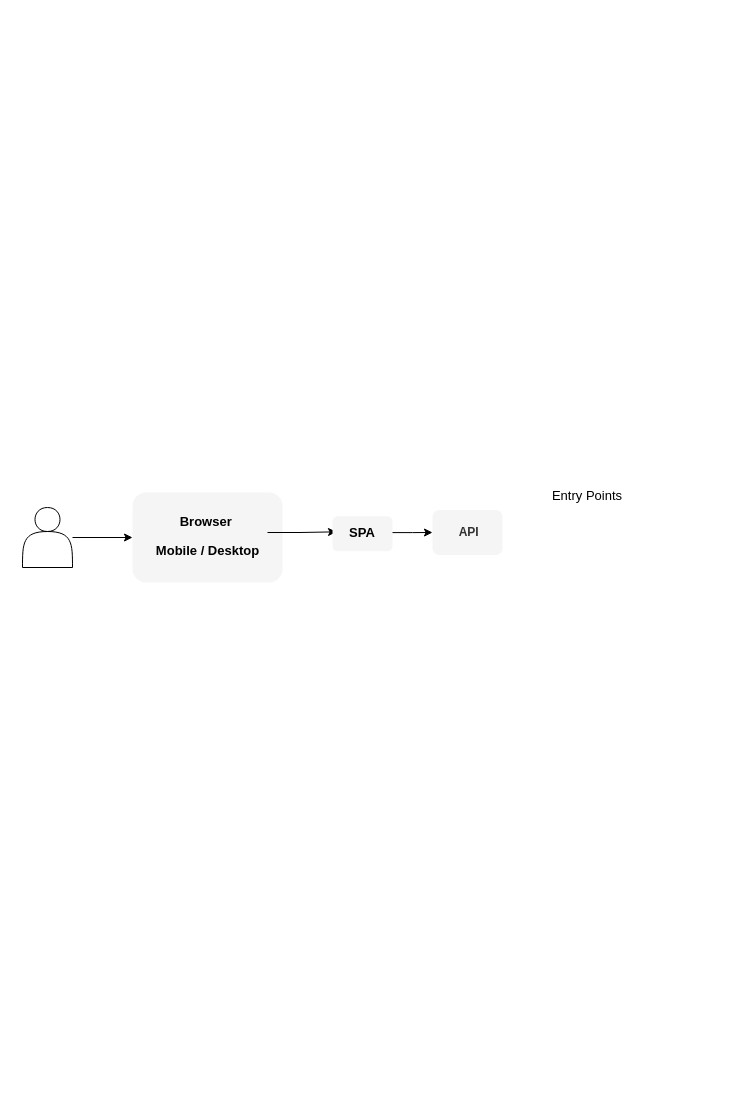
Before: Diagram bez tytułu.drawio in Ci8n/Planner, a draw.io diagram. Source tidied: cells renumbered, new cells numbered last; positions are measured from the earlier drawing's top-left corner, leaving out a move shared by most shapes. Both pictures are drawn from the tidied source at 100%, with x=0, y=0 at pixel (22, 482). Pictures stored in the file or linked from it are replaced by grey dashed boxes.
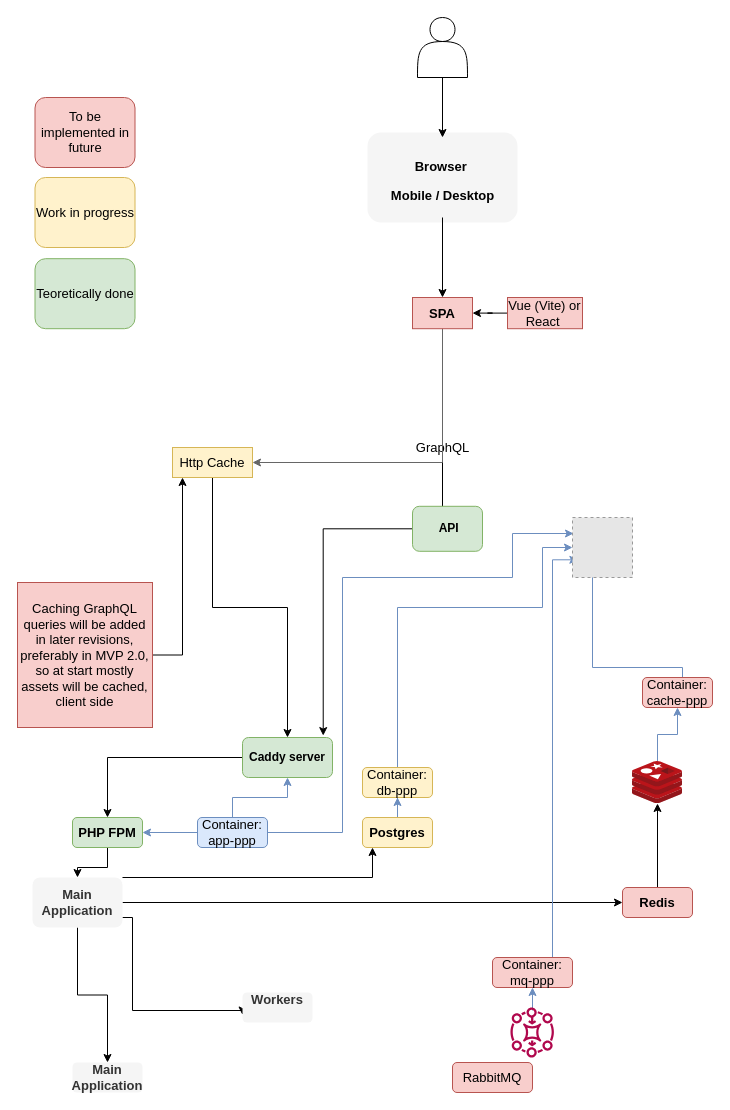
The same diagram, later.

The edit, as a diff of the source:
```diff
@@
     <mxCell id="2" style="rounded=1;whiteSpace=wrap;html=1;fillColor=#f5f5f5;fontColor=#333333;strokeColor=none;" parent="1" vertex="1">
-      <mxGeometry x="110" y="10" width="150" height="90" as="geometry" />
+      <mxGeometry x="345" y="-350" width="150" height="90" as="geometry" />
     </mxCell>
-    <mxCell id="3" style="edgeStyle=orthogonalEdgeStyle;rounded=0;jettySize=auto;html=1;entryX=0;entryY=0.5;entryDx=0;entryDy=0;" parent="1" edge="1" source="4" target="2">
+    <mxCell id="3" style="edgeStyle=orthogonalEdgeStyle;rounded=0;jettySize=auto;html=1;" parent="1" edge="1" source="4" target="6">
       <mxGeometry relative="1" as="geometry" />
     </mxCell>
     <mxCell id="4" style="shape=actor;whiteSpace=wrap;html=1;" parent="1" vertex="1">
-      <mxGeometry y="25" width="50" height="60" as="geometry" />
+      <mxGeometry x="395" y="-465" width="50" height="60" as="geometry" />
     </mxCell>
-    <mxCell id="5" style="edgeStyle=orthogonalEdgeStyle;rounded=0;jettySize=auto;html=1;entryX=0.067;entryY=0.444;entryDx=0;entryDy=0;entryPerimeter=0;fontSize=13;" parent="1" edge="1" source="6" target="7">
-      <mxGeometry relative="1" as="geometry" />
-    </mxCell>
+    <mxCell id="12" style="edgeStyle=orthogonalEdgeStyle;rounded=0;jettySize=auto;html=1;entryX=0.5;entryY=0;entryDx=0;entryDy=0;fontSize=13;" parent="1" edge="1" source="6" target="9">
+      <mxGeometry relative="1" as="geometry" />
+    </mxCell>
     <mxCell id="6" value="&lt;font style=&quot;font-size: 13px;&quot;&gt;Browser&amp;nbsp;&lt;br&gt;Mobile / Desktop&lt;br&gt;&lt;/font&gt;" style="text;strokeColor=none;fillColor=none;html=1;fontSize=24;fontStyle=1;verticalAlign=middle;align=center;" parent="1" vertex="1">
-      <mxGeometry x="125" y="10" width="120" height="80" as="geometry" />
+      <mxGeometry x="360" y="-345" width="120" height="80" as="geometry" />
     </mxCell>
-    <mxCell id="7" style="rounded=1;whiteSpace=wrap;html=1;fillColor=#f5f5f5;fontColor=#333333;strokeColor=none;" parent="1" vertex="1">
-      <mxGeometry x="310" y="33.8" width="60" height="35" as="geometry" />
-    </mxCell>
-    <mxCell id="8" style="edgeStyle=orthogonalEdgeStyle;rounded=0;jettySize=auto;html=1;entryX=0;entryY=0.5;entryDx=0;entryDy=0;fontSize=13;" parent="1" edge="1" source="9" target="10">
-      <mxGeometry relative="1" as="geometry" />
+    <mxCell id="8" value="GraphQL" style="edgeStyle=orthogonalEdgeStyle;rounded=0;jettySize=auto;html=1;entryX=0;entryY=0.5;entryDx=0;entryDy=0;fontSize=13;" parent="1" edge="1" source="9" target="10">
+      <mxGeometry relative="1" as="geometry">
+        <Array as="points">
+          <mxPoint x="420" y="50" />
+          <mxPoint x="420" y="51" />
+        </Array>
+      </mxGeometry>
     </mxCell>
+    <mxCell id="13" style="edgeStyle=orthogonalEdgeStyle;rounded=0;jettySize=auto;html=1;fontSize=13;fillColor=#f5f5f5;strokeColor=#666666;" parent="1" edge="1" source="9" target="16">
+      <mxGeometry relative="1" as="geometry">
+        <Array as="points">
+          <mxPoint x="420" y="-20" />
+        </Array>
+      </mxGeometry>
+    </mxCell>
-    <mxCell id="9" value="&lt;b&gt;SPA&lt;/b&gt;" style="text;html=1;strokeColor=none;fillColor=none;align=center;verticalAlign=middle;whiteSpace=wrap;rounded=0;fontSize=13;" parent="1" vertex="1">
-      <mxGeometry x="310" y="33.8" width="60" height="32.5" as="geometry" />
+    <mxCell id="9" value="&lt;b&gt;SPA&lt;/b&gt;" style="text;html=1;strokeColor=#b85450;fillColor=#f8cecc;align=center;verticalAlign=middle;whiteSpace=wrap;rounded=0;fontSize=13;" parent="1" vertex="1">
+      <mxGeometry x="390" y="-185" width="60" height="31.2" as="geometry" />
     </mxCell>
+    <mxCell id="14" style="edgeStyle=orthogonalEdgeStyle;rounded=0;jettySize=auto;html=1;entryX=0.897;entryY=-0.048;entryDx=0;entryDy=0;entryPerimeter=0;fontSize=13;" parent="1" edge="1" source="10" target="18">
+      <mxGeometry relative="1" as="geometry" />
+    </mxCell>
-    <mxCell id="10" value="&lt;b&gt;&amp;nbsp;API&lt;/b&gt;" style="rounded=1;whiteSpace=wrap;html=1;fillColor=#f5f5f5;fontColor=#333333;strokeColor=none;" parent="1" vertex="1">
-      <mxGeometry x="410" y="27.5" width="70" height="45" as="geometry" />
+    <mxCell id="10" value="&lt;b&gt;&amp;nbsp;API&lt;/b&gt;" style="rounded=1;whiteSpace=wrap;html=1;fillColor=#d5e8d4;strokeColor=#82b366;" parent="1" vertex="1">
+      <mxGeometry x="390" y="23.8" width="70" height="45" as="geometry" />
     </mxCell>
-    <mxCell id="11" value="Entry Points" style="text;html=1;strokeColor=none;fillColor=none;align=center;verticalAlign=middle;whiteSpace=wrap;rounded=0;fontSize=13;" parent="1" vertex="1">
-      <mxGeometry x="510" width="110" height="25" as="geometry" />
-    </mxCell>
+    <mxCell id="15" style="edgeStyle=orthogonalEdgeStyle;rounded=0;jettySize=auto;html=1;entryX=0.5;entryY=0;entryDx=0;entryDy=0;fontSize=13;" parent="1" edge="1" source="16" target="18">
+      <mxGeometry relative="1" as="geometry" />
+    </mxCell>
+    <mxCell id="16" value="Http Cache" style="text;html=1;strokeColor=#d6b656;fillColor=#fff2cc;align=center;verticalAlign=middle;whiteSpace=wrap;rounded=0;fontSize=13;" parent="1" vertex="1">
+      <mxGeometry x="150" y="-35" width="80" height="30" as="geometry" />
+    </mxCell>
+    <mxCell id="17" style="edgeStyle=orthogonalEdgeStyle;rounded=0;jettySize=auto;html=1;fontSize=13;" parent="1" edge="1" source="18" target="22">
+      <mxGeometry relative="1" as="geometry" />
+    </mxCell>
+    <mxCell id="18" value="&lt;b&gt;Caddy server&lt;/b&gt;" style="rounded=1;whiteSpace=wrap;html=1;fillColor=#d5e8d4;strokeColor=#82b366;" parent="1" vertex="1">
+      <mxGeometry x="220" y="255" width="90" height="40" as="geometry" />
+    </mxCell>
+    <mxCell id="19" style="edgeStyle=orthogonalEdgeStyle;rounded=0;jettySize=auto;html=1;entryX=1;entryY=0.5;entryDx=0;entryDy=0;fontSize=13;" parent="1" edge="1" source="20" target="9">
+      <mxGeometry relative="1" as="geometry" />
+    </mxCell>
+    <mxCell id="20" value="Vue (Vite) or React&amp;nbsp;" style="text;html=1;strokeColor=#b85450;fillColor=#f8cecc;align=center;verticalAlign=middle;whiteSpace=wrap;rounded=0;fontSize=13;" parent="1" vertex="1">
+      <mxGeometry x="485" y="-185" width="75" height="31.2" as="geometry" />
+    </mxCell>
+    <mxCell id="21" style="edgeStyle=orthogonalEdgeStyle;rounded=0;jettySize=auto;html=1;fontSize=13;" parent="1" edge="1" source="22" target="31">
+      <mxGeometry relative="1" as="geometry" />
+    </mxCell>
+    <mxCell id="22" value="&lt;b&gt;PHP FPM&lt;/b&gt;" style="rounded=1;whiteSpace=wrap;html=1;fillColor=#d5e8d4;strokeColor=#82b366;fontSize=13;" parent="1" vertex="1">
+      <mxGeometry x="50" y="335" width="70" height="30" as="geometry" />
+    </mxCell>
+    <mxCell id="23" style="edgeStyle=orthogonalEdgeStyle;rounded=0;jettySize=auto;html=1;entryX=0.5;entryY=1;entryDx=0;entryDy=0;fontSize=13;fillColor=#dae8fc;strokeColor=#6c8ebf;" parent="1" edge="1" source="26" target="18">
+      <mxGeometry relative="1" as="geometry" />
+    </mxCell>
+    <mxCell id="24" style="edgeStyle=orthogonalEdgeStyle;rounded=0;jettySize=auto;html=1;entryX=1;entryY=0.5;entryDx=0;entryDy=0;fontSize=13;fillColor=#dae8fc;strokeColor=#6c8ebf;" parent="1" edge="1" source="26" target="22">
+      <mxGeometry relative="1" as="geometry" />
+    </mxCell>
+    <mxCell id="25" style="edgeStyle=orthogonalEdgeStyle;rounded=0;jettySize=auto;html=1;entryX=0.02;entryY=0.39;entryDx=0;entryDy=0;entryPerimeter=0;fontSize=13;fillColor=#dae8fc;strokeColor=#6c8ebf;" parent="1" edge="1" source="26">
+      <mxGeometry relative="1" as="geometry">
+        <mxPoint x="551" y="51" as="targetPoint" />
+        <Array as="points">
+          <mxPoint x="320" y="350" />
+          <mxPoint x="320" y="95" />
+          <mxPoint x="490" y="95" />
+          <mxPoint x="490" y="51" />
+        </Array>
+      </mxGeometry>
+    </mxCell>
+    <mxCell id="26" value="Container: app-ppp" style="rounded=1;whiteSpace=wrap;html=1;fillColor=#dae8fc;strokeColor=#6c8ebf;fontSize=13;" parent="1" vertex="1">
+      <mxGeometry x="175" y="335" width="70" height="30" as="geometry" />
+    </mxCell>
+    <mxCell id="27" style="edgeStyle=orthogonalEdgeStyle;rounded=0;jettySize=auto;html=1;fontSize=13;" parent="1" edge="1" source="31" target="33">
+      <mxGeometry relative="1" as="geometry">
+        <Array as="points">
+          <mxPoint x="350" y="395" />
+        </Array>
+      </mxGeometry>
+    </mxCell>
+    <mxCell id="28" style="edgeStyle=orthogonalEdgeStyle;rounded=0;jettySize=auto;html=1;fontSize=13;" parent="1" edge="1" source="31" target="40">
+      <mxGeometry relative="1" as="geometry" />
+    </mxCell>
+    <mxCell id="29" style="edgeStyle=orthogonalEdgeStyle;rounded=0;jettySize=auto;html=1;entryX=0;entryY=0.75;entryDx=0;entryDy=0;fontSize=13;" parent="1" edge="1" source="31" target="39">
+      <mxGeometry relative="1" as="geometry">
+        <Array as="points">
+          <mxPoint x="110" y="435" />
+          <mxPoint x="110" y="528" />
+        </Array>
+      </mxGeometry>
+    </mxCell>
+    <mxCell id="30" style="edgeStyle=orthogonalEdgeStyle;rounded=0;jettySize=auto;html=1;entryX=0;entryY=0.5;entryDx=0;entryDy=0;fontSize=13;" parent="1" edge="1" source="31" target="42">
+      <mxGeometry relative="1" as="geometry" />
+    </mxCell>
+    <mxCell id="31" value="&lt;b&gt;Main Application&lt;/b&gt;" style="rounded=1;whiteSpace=wrap;html=1;fillColor=#f5f5f5;fontColor=#333333;strokeColor=none;fontSize=13;" parent="1" vertex="1">
+      <mxGeometry x="10" y="395" width="90" height="50" as="geometry" />
+    </mxCell>
+    <mxCell id="32" style="edgeStyle=orthogonalEdgeStyle;rounded=0;jettySize=auto;html=1;fontSize=13;fillColor=#dae8fc;strokeColor=#6c8ebf;" parent="1" edge="1" source="33" target="35">
+      <mxGeometry relative="1" as="geometry" />
+    </mxCell>
+    <mxCell id="33" value="&lt;b&gt;Postgres&lt;/b&gt;" style="rounded=1;whiteSpace=wrap;html=1;fillColor=#fff2cc;strokeColor=#d6b656;fontSize=13;" parent="1" vertex="1">
+      <mxGeometry x="340" y="335" width="70" height="30" as="geometry" />
+    </mxCell>
+    <mxCell id="34" style="edgeStyle=orthogonalEdgeStyle;rounded=0;jettySize=auto;html=1;fontSize=13;fillColor=#dae8fc;strokeColor=#6c8ebf;" parent="1" edge="1" source="35">
+      <mxGeometry relative="1" as="geometry">
+        <mxPoint x="550" y="65" as="targetPoint" />
+        <Array as="points">
+          <mxPoint x="375" y="125" />
+          <mxPoint x="520" y="125" />
+          <mxPoint x="520" y="65" />
+        </Array>
+      </mxGeometry>
+    </mxCell>
+    <mxCell id="35" value="Container: db-ppp" style="rounded=1;whiteSpace=wrap;html=1;fillColor=#fff2cc;strokeColor=#d6b656;fontSize=13;" parent="1" vertex="1">
+      <mxGeometry x="340" y="285" width="70" height="30" as="geometry" />
+    </mxCell>
+    <mxCell id="36" value="To be implemented in future" style="rounded=1;whiteSpace=wrap;html=1;fontSize=13;fillColor=#f8cecc;strokeColor=#b85450;" parent="1" vertex="1">
+      <mxGeometry x="12.5" y="-385" width="100" height="70" as="geometry" />
+    </mxCell>
+    <mxCell id="37" style="edgeStyle=orthogonalEdgeStyle;rounded=0;jettySize=auto;html=1;fontSize=13;fillColor=#dae8fc;strokeColor=#6c8ebf;" parent="1" edge="1" source="38">
+      <mxGeometry relative="1" as="geometry">
+        <mxPoint x="580" y="85" as="targetPoint" />
+        <Array as="points">
+          <mxPoint x="660" y="185" />
+          <mxPoint x="570" y="185" />
+        </Array>
+      </mxGeometry>
+    </mxCell>
+    <mxCell id="38" value="Container: &lt;br&gt;cache-ppp" style="rounded=1;whiteSpace=wrap;html=1;fillColor=#f8cecc;strokeColor=#b85450;fontSize=13;" parent="1" vertex="1">
+      <mxGeometry x="620" y="195" width="70" height="30" as="geometry" />
+    </mxCell>
+    <mxCell id="39" value="&lt;b&gt;Workers&lt;br&gt;&lt;br&gt;&lt;/b&gt;" style="rounded=1;whiteSpace=wrap;html=1;fillColor=#f5f5f5;fontColor=#333333;strokeColor=none;fontSize=13;" parent="1" vertex="1">
+      <mxGeometry x="220" y="510" width="70" height="30" as="geometry" />
+    </mxCell>
+    <mxCell id="40" value="&lt;b&gt;Main Application&lt;/b&gt;" style="rounded=1;whiteSpace=wrap;html=1;fillColor=#f5f5f5;fontColor=#333333;strokeColor=none;fontSize=13;" parent="1" vertex="1">
+      <mxGeometry x="50" y="580" width="70" height="30" as="geometry" />
+    </mxCell>
+    <mxCell id="41" style="edgeStyle=orthogonalEdgeStyle;rounded=0;jettySize=auto;html=1;fontSize=13;" parent="1" edge="1" source="42" target="44">
+      <mxGeometry relative="1" as="geometry" />
+    </mxCell>
+    <mxCell id="42" value="&lt;b&gt;Redis&lt;br&gt;&lt;/b&gt;" style="rounded=1;whiteSpace=wrap;html=1;fillColor=#f8cecc;strokeColor=#b85450;fontSize=13;" parent="1" vertex="1">
+      <mxGeometry x="600" y="405" width="70" height="30" as="geometry" />
+    </mxCell>
+    <mxCell id="43" style="edgeStyle=orthogonalEdgeStyle;rounded=0;jettySize=auto;html=1;fontSize=13;fillColor=#dae8fc;strokeColor=#6c8ebf;" parent="1" edge="1" source="44" target="38">
+      <mxGeometry relative="1" as="geometry" />
+    </mxCell>
+    <mxCell id="44" style="sketch=0;html=1;points=[];align=center;image;fontSize=12;image=img/lib/mscae/Cache_Redis_Product.svg;" parent="1" vertex="1">
+      <mxGeometry x="610" y="279" width="50" height="42" as="geometry" />
+    </mxCell>
+    <mxCell id="45" style="edgeStyle=orthogonalEdgeStyle;rounded=0;jettySize=auto;html=1;fontSize=13;" parent="1" edge="1" source="46" target="16">
+      <mxGeometry relative="1" as="geometry">
+        <Array as="points">
+          <mxPoint x="160" y="172" />
+        </Array>
+      </mxGeometry>
+    </mxCell>
+    <mxCell id="46" value="Caching GraphQL queries will be added in later revisions, preferably in MVP 2.0, so at start mostly assets will be cached, client side" style="text;html=1;strokeColor=#b85450;fillColor=#f8cecc;align=center;verticalAlign=middle;whiteSpace=wrap;rounded=0;fontSize=13;" parent="1" vertex="1">
+      <mxGeometry x="-5" y="100" width="135" height="145" as="geometry" />
+    </mxCell>
+    <mxCell id="47" value="Work in progress" style="rounded=1;whiteSpace=wrap;html=1;fontSize=13;fillColor=#fff2cc;strokeColor=#d6b656;" parent="1" vertex="1">
+      <mxGeometry x="12.5" y="-305" width="100" height="70" as="geometry" />
+    </mxCell>
+    <mxCell id="48" value="Teoretically done" style="rounded=1;whiteSpace=wrap;html=1;fontSize=13;fillColor=#d5e8d4;strokeColor=#82b366;" parent="1" vertex="1">
+      <mxGeometry x="12.5" y="-223.8" width="100" height="70" as="geometry" />
+    </mxCell>
+    <mxCell id="49" style="edgeStyle=orthogonalEdgeStyle;rounded=0;jettySize=auto;html=1;entryX=0.108;entryY=1.032;entryDx=0;entryDy=0;entryPerimeter=0;fontSize=13;fillColor=#dae8fc;strokeColor=#6c8ebf;" parent="1" edge="1" source="50">
+      <mxGeometry relative="1" as="geometry">
+        <mxPoint x="555.4" y="77.3" as="targetPoint" />
+        <Array as="points">
+          <mxPoint x="530" y="77" />
+        </Array>
+      </mxGeometry>
+    </mxCell>
+    <mxCell id="50" value="Container: &lt;br&gt;mq-ppp" style="rounded=1;whiteSpace=wrap;html=1;fillColor=#f8cecc;strokeColor=#b85450;fontSize=13;" parent="1" vertex="1">
+      <mxGeometry x="470" y="475" width="80" height="30" as="geometry" />
+    </mxCell>
+    <mxCell id="51" style="fillColor=#E6E6E6;strokeColor=#999999;dashed=1;html=1;verticalAlign=top;verticalLabelPosition=bottom;labelBackgroundColor=#ffffff;fontSize=13;" parent="1" vertex="1">
+      <mxGeometry x="550" y="35" width="60" height="60" as="geometry" />
+    </mxCell>
+    <mxCell id="52" style="edgeStyle=orthogonalEdgeStyle;rounded=0;jettySize=auto;html=1;fontSize=13;fillColor=#dae8fc;strokeColor=#6c8ebf;" parent="1" edge="1" source="53" target="50">
+      <mxGeometry relative="1" as="geometry" />
+    </mxCell>
+    <mxCell id="53" style="sketch=0;outlineConnect=0;fontColor=#232F3E;gradientColor=none;fillColor=#B0084D;strokeColor=none;dashed=0;verticalLabelPosition=bottom;verticalAlign=top;align=center;html=1;fontSize=12;fontStyle=0;shape=mxgraph.aws4.mq_broker;direction=south;" parent="1" vertex="1">
+      <mxGeometry x="485" y="525" width="50" height="50" as="geometry" />
+    </mxCell>
+    <mxCell id="54" value="RabbitMQ" style="rounded=1;whiteSpace=wrap;html=1;fillColor=#f8cecc;strokeColor=#b85450;fontSize=13;" parent="1" vertex="1">
+      <mxGeometry x="430" y="580" width="80" height="30" as="geometry" />
+    </mxCell>
```
